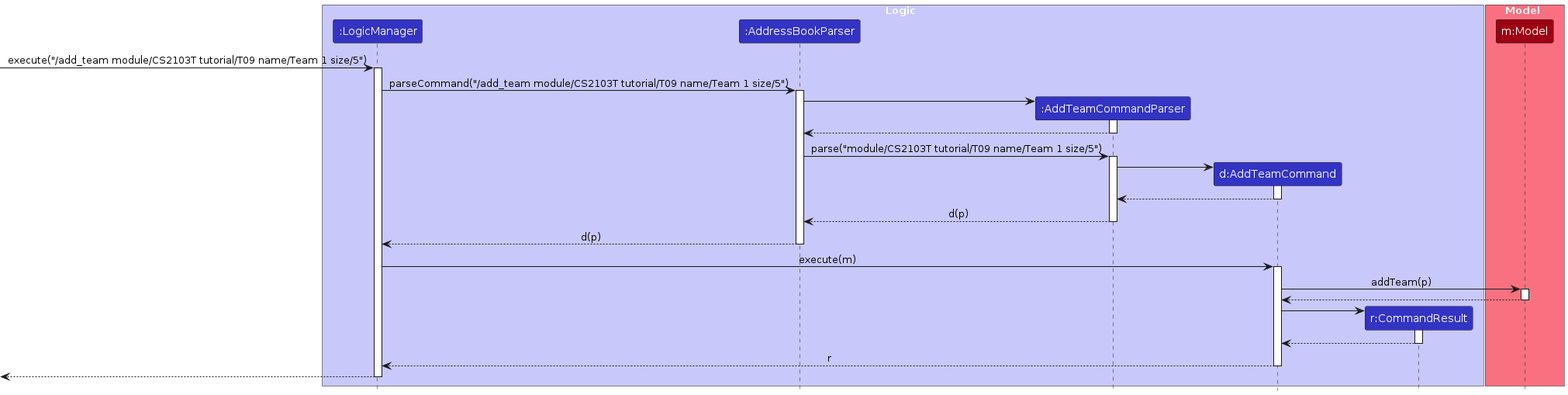
Above: diagrams/AddTeamSequence.png in AY2324S2-CS2103T-T09-4/tp (PlantUML), before the change. Its source is kept beside it as diagrams/AddTeamSequence.puml.
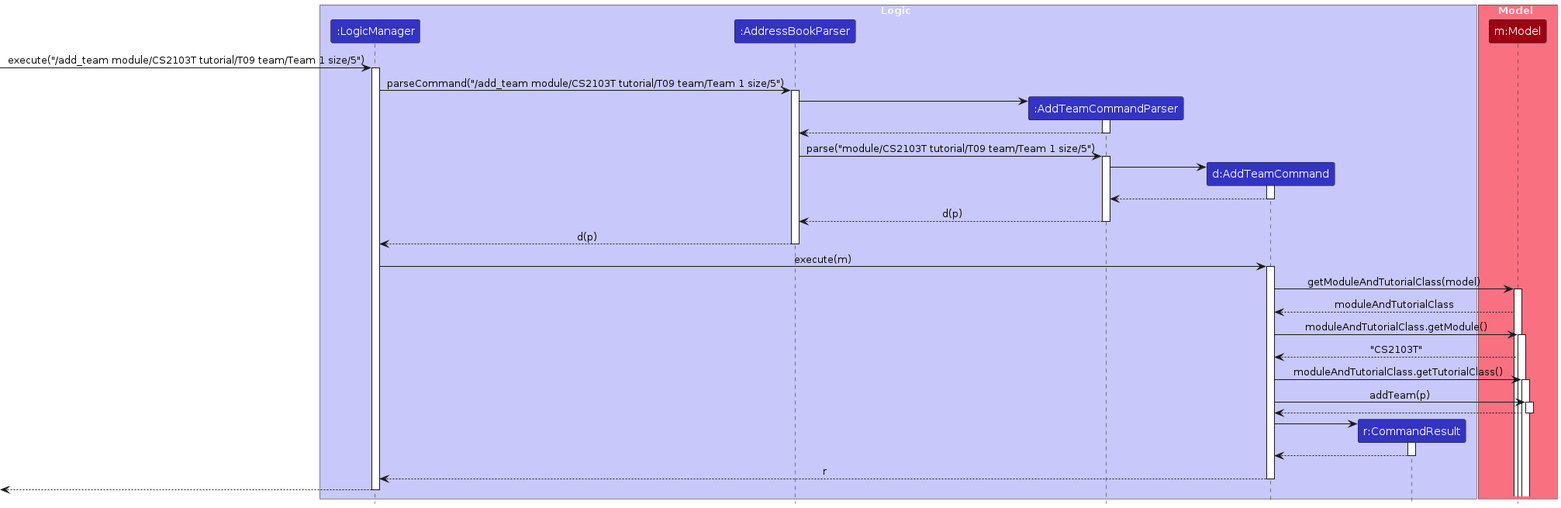
After the commit.

What changed in the source:
```diff
@@ -1,7 +1,7 @@
 @startuml
 !include style.puml
 skinparam ArrowFontStyle plain
-!define input "/add_team module/CS2103T tutorial/T09 name/Team 1 size/5"
+!define input "/add_team module/CS2103T tutorial/T09 team/Team 1 size/5"
 
 
 box Logic LOGIC_COLOR_T1
@@ -29,7 +29,7 @@
 AddTeamCommandParser --> AddressBookParser
 deactivate AddTeamCommandParser
 
-AddressBookParser -> AddTeamCommandParser : parse("module/CS2103T tutorial/T09 name/Team 1 size/5")
+AddressBookParser -> AddTeamCommandParser : parse("module/CS2103T tutorial/T09 team/Team 1 size/5")
 activate AddTeamCommandParser
 
 create AddTeamCommand
@@ -47,6 +47,17 @@
 
 LogicManager -> AddTeamCommand : execute(m)
 activate AddTeamCommand
+
+AddTeamCommand -> Model : getModuleAndTutorialClass(model)
+activate Model
+
+Model --> AddTeamCommand : moduleAndTutorialClass
+AddTeamCommand -> Model : moduleAndTutorialClass.getModule()
+activate Model
+
+Model --> AddTeamCommand : "CS2103T"
+AddTeamCommand -> Model : moduleAndTutorialClass.getTutorialClass()
+activate Model
 
 AddTeamCommand -> Model : addTeam(p)
 activate Model
```
